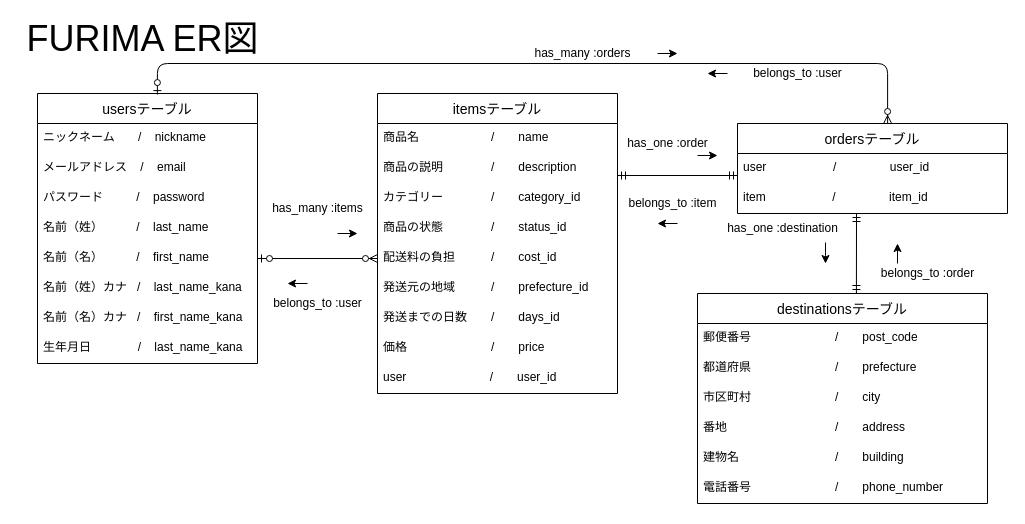
The draw.io diagram test.dio in UzTk4/furima-38183, before the edit. Source tidied: cells renumbered, new cells numbered last; positions are measured from the earlier drawing's top-left corner, leaving out a move shared by most shapes. Both pictures are drawn from the tidied source at 100%, with x=0, y=0 at pixel (17, 23).
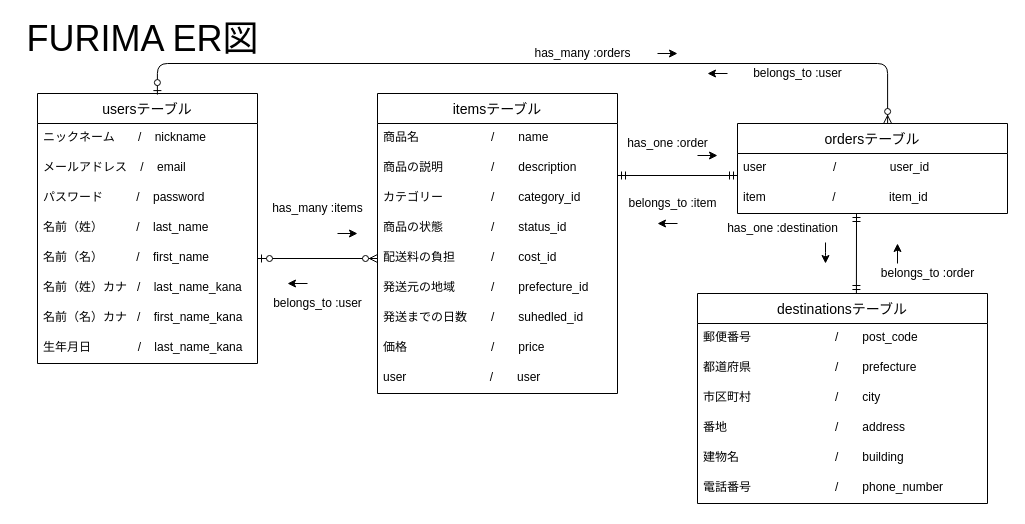
The same page after the edit.

Commit message (it also covers changes not shown here):
カラム名の変更

The change refers to these unchanged cells:
```xml
<mxCell id="12" value="itemsテーブル" style="swimlane;fontStyle=0;horizontal=1;startSize=30;align=center;fontSize=14;" parent="1" vertex="1">
  <mxGeometry x="360" y="70" width="240" height="300" as="geometry" />
</mxCell>
```

The edit, as a diff of the source:
```diff
@@
-    <mxCell id="19" value="発送までの日数　　/　　days_id" style="text;strokeColor=none;fillColor=none;spacingLeft=4;spacingRight=4;overflow=hidden;fontSize=12;" parent="12" vertex="1">
+    <mxCell id="19" value="発送までの日数　　/　　suhedled_id" style="text;strokeColor=none;fillColor=none;spacingLeft=4;spacingRight=4;overflow=hidden;fontSize=12;" parent="12" vertex="1">
       <mxGeometry y="210" width="240" height="30" as="geometry" />
     </mxCell>
@@
-    <mxCell id="21" value="user　　    　　　   /　　user_id" style="text;strokeColor=none;fillColor=none;spacingLeft=4;spacingRight=4;overflow=hidden;fontSize=12;" parent="12" vertex="1">
+    <mxCell id="21" value="user　　    　　　   /　　user" style="text;strokeColor=none;fillColor=none;spacingLeft=4;spacingRight=4;overflow=hidden;fontSize=12;" parent="12" vertex="1">
       <mxGeometry y="270" width="240" height="30" as="geometry" />
     </mxCell>
```
